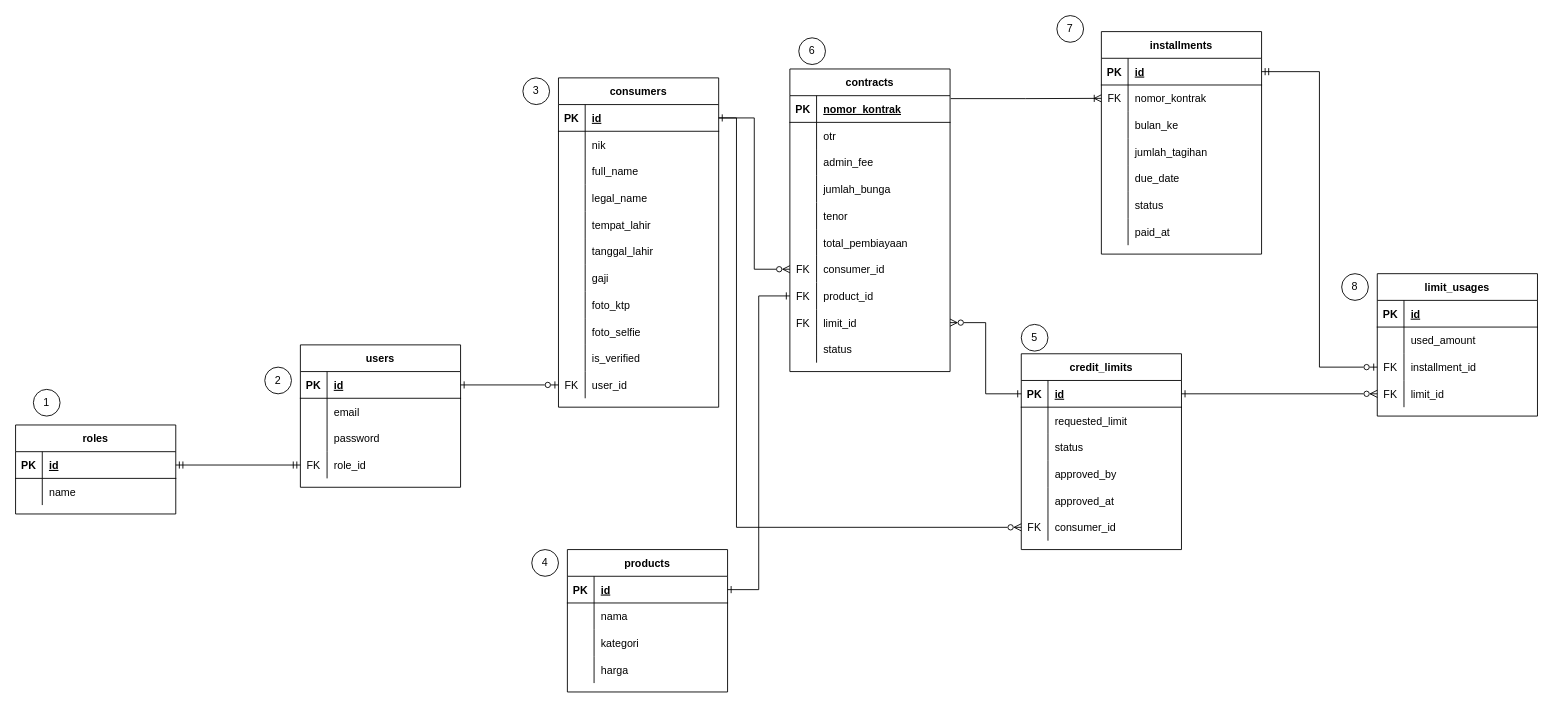
skyespirates/sikmatek keeps this draw.io diagram as page "ERD" (2 of 7) of docs/docs.drawio. Above is the earlier version. Source tidied: cells renumbered, new cells numbered last; positions are measured from the earlier drawing's top-left corner, leaving out a move shared by most shapes. Both pictures are drawn from the tidied source at 89%, with x=0, y=0 at pixel (15, 15).
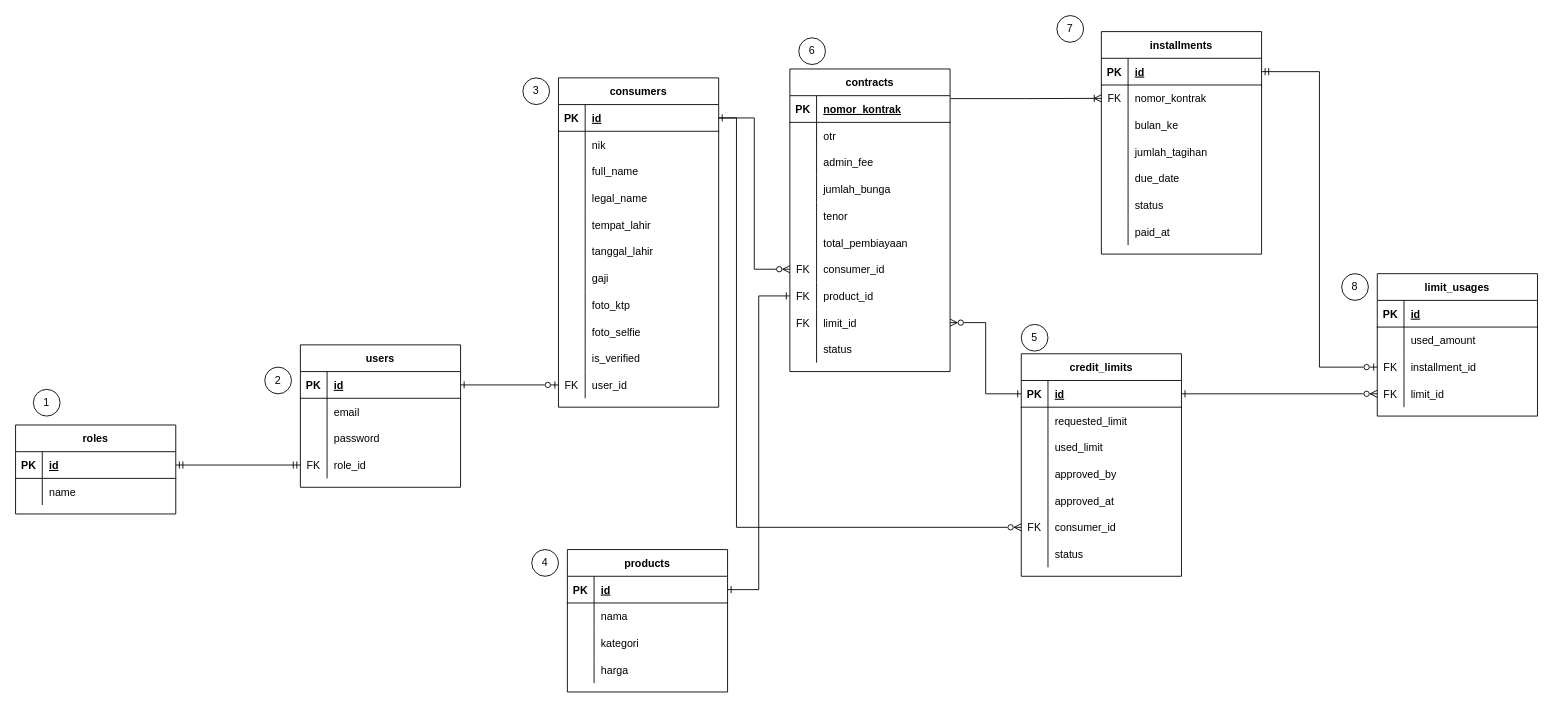
The same page after the edit.

Commit message (it also covers changes not shown here):
feat: add get limit list endpoint

The change refers to these unchanged cells:
```xml
<mxCell id="43" style="shape=partialRectangle;fillColor=none;top=0;left=0;bottom=0;right=0;" parent="36" vertex="1">
  <mxGeometry y="90" width="180" height="30" as="geometry" />
</mxCell>
```

What changed in the source:
```diff
@@
     <mxCell id="36" value="credit_limits" style="shape=table;startSize=30;childLayout=tableLayout;rowLines=0;fontStyle=1;align=center;" parent="1" vertex="1">
-      <mxGeometry x="1130" y="380" width="180" height="220" as="geometry" />
+      <mxGeometry x="1130" y="380" width="180" height="250" as="geometry" />
     </mxCell>
@@
-    <mxCell id="45" value="status" style="shape=partialRectangle;fillColor=none;top=0;left=0;bottom=0;right=0;align=left;spacingLeft=6;overflow=hidden;" parent="43" vertex="1">
+    <mxCell id="45" value="used_limit" style="shape=partialRectangle;fillColor=none;top=0;left=0;bottom=0;right=0;align=left;spacingLeft=6;overflow=hidden;" parent="43" vertex="1">
       <mxGeometry x="30" width="150" height="30" as="geometry" />
     </mxCell>
@@
+    <mxCell id="171" style="shape=partialRectangle;fillColor=none;top=0;left=0;bottom=0;right=0;" parent="36" vertex="1">
+      <mxGeometry y="210" width="180" height="30" as="geometry" />
+    </mxCell>
+    <mxCell id="172" style="shape=partialRectangle;fillColor=none;top=0;left=0;bottom=0;right=0;overflow=hidden;" parent="171" vertex="1">
+      <mxGeometry width="30" height="30" as="geometry" />
+    </mxCell>
+    <mxCell id="173" value="status" style="shape=partialRectangle;fillColor=none;top=0;left=0;bottom=0;right=0;align=left;spacingLeft=6;overflow=hidden;" parent="171" vertex="1">
+      <mxGeometry x="30" width="150" height="30" as="geometry" />
+    </mxCell>
```
